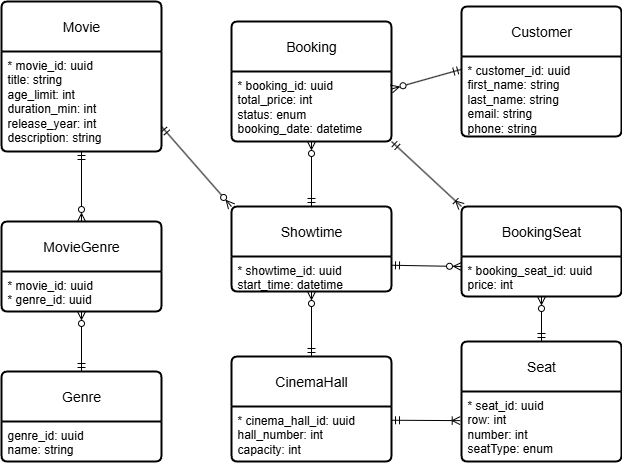
This is Lab1/cinema-crow's-foot-notation.drawio.png from Fererra/KPI, a draw.io export, as it was before one commit. Source tidied: cells renumbered, new cells last; positions are measured from the earlier drawing's top-left corner, leaving out a move shared by most shapes.
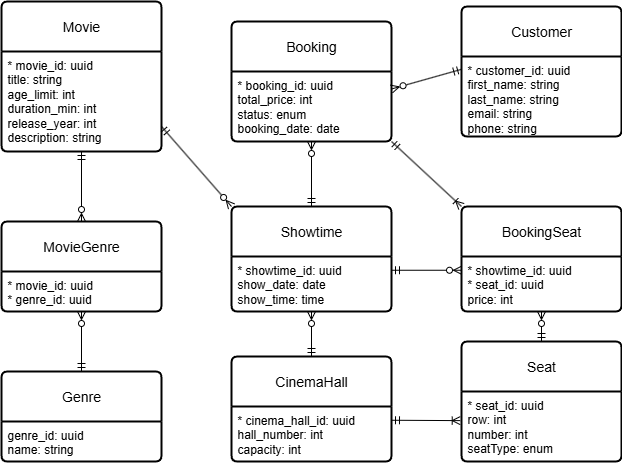
The same file after the commit.

Commit message:
feat: split showtime start_time into show_date and show_time; update types; add composite key to BookingSeat

Diff of the diagram source:
```diff
@@ -21,10 +21,10 @@
       <mxGeometry y="50" width="160" height="70" as="geometry" />
     </mxCell>
     <mxCell id="8" value="Showtime" style="swimlane;horizontal=1;startSize=50;rounded=1;fontSize=14;fontStyle=0;strokeWidth=2;shadow=0;dashed=0;align=center;arcSize=4;whiteSpace=wrap;html=1;" parent="1" vertex="1">
-      <mxGeometry x="230" y="205" width="160" height="85" as="geometry" />
+      <mxGeometry x="230" y="205" width="160" height="105" as="geometry" />
     </mxCell>
-    <mxCell id="9" value="* showtime_id: uuid&lt;div&gt;start_time: datetime&lt;/div&gt;" style="align=left;strokeColor=none;fillColor=none;spacingLeft=4;spacingRight=4;fontSize=12;verticalAlign=top;html=1;whiteSpace=wrap;" parent="8" vertex="1">
-      <mxGeometry y="50" width="160" height="35" as="geometry" />
+    <mxCell id="9" value="* showtime_id: uuid&lt;div&gt;show_date: date&lt;br&gt;&lt;div&gt;show_time: time&lt;/div&gt;&lt;/div&gt;" style="align=left;strokeColor=none;fillColor=none;spacingLeft=4;spacingRight=4;fontSize=12;verticalAlign=top;html=1;whiteSpace=wrap;" parent="8" vertex="1">
+      <mxGeometry y="50" width="160" height="55" as="geometry" />
     </mxCell>
     <mxCell id="10" value="Customer" style="swimlane;horizontal=1;startSize=50;rounded=1;fontSize=14;fontStyle=0;strokeWidth=2;shadow=0;dashed=0;align=center;arcSize=4;whiteSpace=wrap;html=1;" parent="1" vertex="1">
       <mxGeometry x="460" y="5" width="160" height="130" as="geometry" />
@@ -38,14 +38,14 @@
     <mxCell id="13" value="Booking" style="swimlane;horizontal=1;startSize=50;rounded=1;fontSize=14;fontStyle=0;strokeWidth=2;shadow=0;dashed=0;align=center;arcSize=4;whiteSpace=wrap;html=1;" parent="1" vertex="1">
       <mxGeometry x="230" y="20" width="160" height="120" as="geometry" />
     </mxCell>
-    <mxCell id="14" value="* booking_id: uuid&lt;div&gt;total_price: int&lt;/div&gt;&lt;div&gt;status: enum&lt;/div&gt;&lt;div&gt;booking_date: datetime&lt;/div&gt;" style="align=left;strokeColor=none;fillColor=none;spacingLeft=4;spacingRight=4;fontSize=12;verticalAlign=top;html=1;whiteSpace=wrap;" parent="13" vertex="1">
+    <mxCell id="14" value="* booking_id: uuid&lt;div&gt;total_price: int&lt;/div&gt;&lt;div&gt;status: enum&lt;/div&gt;&lt;div&gt;booking_date: date&lt;/div&gt;" style="align=left;strokeColor=none;fillColor=none;spacingLeft=4;spacingRight=4;fontSize=12;verticalAlign=top;html=1;whiteSpace=wrap;" parent="13" vertex="1">
       <mxGeometry y="50" width="160" height="70" as="geometry" />
     </mxCell>
     <mxCell id="15" value="BookingSeat" style="swimlane;horizontal=1;startSize=50;rounded=1;fontSize=14;fontStyle=0;strokeWidth=2;shadow=0;dashed=0;align=center;arcSize=4;whiteSpace=wrap;html=1;" parent="1" vertex="1">
-      <mxGeometry x="460" y="205" width="160" height="90" as="geometry" />
+      <mxGeometry x="460" y="205" width="160" height="105" as="geometry" />
     </mxCell>
-    <mxCell id="16" value="&lt;div&gt;* booking_seat_id: uuid&lt;/div&gt;&lt;div&gt;price: int&lt;/div&gt;&lt;div&gt;&lt;br&gt;&lt;/div&gt;" style="align=left;strokeColor=none;fillColor=none;spacingLeft=4;spacingRight=4;fontSize=12;verticalAlign=top;html=1;whiteSpace=wrap;" parent="15" vertex="1">
-      <mxGeometry y="50" width="160" height="40" as="geometry" />
+    <mxCell id="16" value="&lt;div&gt;* showtime_id: uuid&lt;/div&gt;&lt;div&gt;* seat_id: uuid&lt;/div&gt;&lt;div&gt;price: int&lt;/div&gt;&lt;div&gt;&lt;br&gt;&lt;/div&gt;" style="align=left;strokeColor=none;fillColor=none;spacingLeft=4;spacingRight=4;fontSize=12;verticalAlign=top;html=1;whiteSpace=wrap;" parent="15" vertex="1">
+      <mxGeometry y="50" width="160" height="55" as="geometry" />
     </mxCell>
     <mxCell id="17" style="endArrow=ERmandOne;html=1;rounded=0;entryX=0;entryY=0.16;entryDx=0;entryDy=0;entryPerimeter=0;exitX=1;exitY=0.25;exitDx=0;exitDy=0;startArrow=ERzeroToMany;startFill=0;endFill=0;" parent="1" edge="1" source="14" target="11">
       <mxGeometry relative="1" as="geometry" />
```
